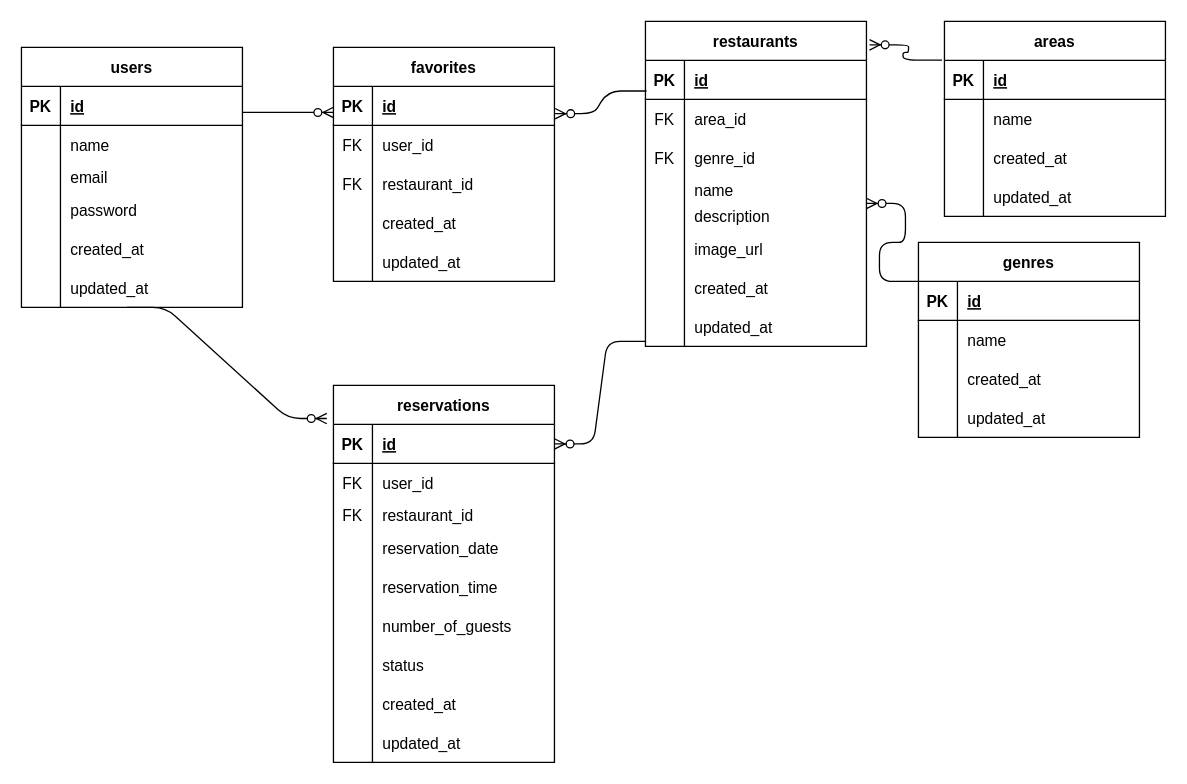
This is Rese.dio from kaoriyama/Rese, a draw.io file, before an edit. Source tidied: cells renumbered, new cells numbered last; positions are measured from the earlier drawing's top-left corner, leaving out a move shared by most shapes. Both pictures are drawn from the tidied source at 130%, with x=0, y=0 at pixel (21, 21).
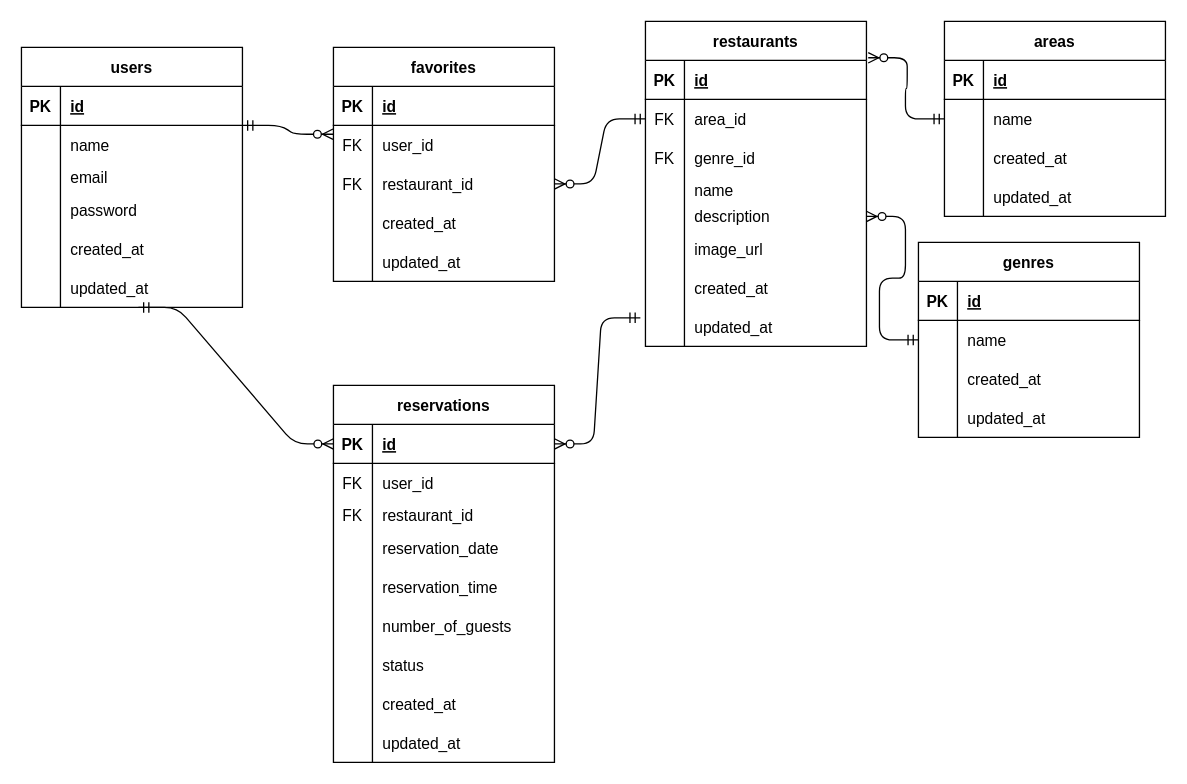
The same page after the edit.

The change refers to these unchanged cells:
```xml
<mxCell id="21" value="restaurants" style="shape=table;startSize=30;childLayout=tableLayout;rowLines=0;fontStyle=1;align=center;" parent="1" vertex="1">
  <mxGeometry x="480" width="170" height="250" as="geometry" />
</mxCell>
<mxCell id="22" style="shape=tableRow;horizontal=0;startSize=0;swimlaneHead=0;swimlaneBody=0;fillColor=none;points=[[0,0.5],[1,0.5]];portConstraint=eastwest;top=0;left=0;right=0;bottom=1;" parent="21" vertex="1">
  <mxGeometry y="30" width="170" height="30" as="geometry" />
</mxCell>
<mxCell id="25" style="shape=tableRow;horizontal=0;startSize=0;swimlaneHead=0;swimlaneBody=0;fillColor=none;points=[[0,0.5],[1,0.5]];portConstraint=eastwest;top=0;left=0;right=0;bottom=0;" parent="21" vertex="1">
  <mxGeometry y="60" width="170" height="30" as="geometry" />
</mxCell>
<mxCell id="34" style="shape=tableRow;horizontal=0;startSize=0;swimlaneHead=0;swimlaneBody=0;fillColor=none;points=[[0,0.5],[1,0.5]];portConstraint=eastwest;top=0;left=0;right=0;bottom=0;" parent="21" vertex="1">
  <mxGeometry y="140" width="170" height="20" as="geometry" />
</mxCell>
<mxCell id="43" style="shape=tableRow;horizontal=0;startSize=0;swimlaneHead=0;swimlaneBody=0;fillColor=none;points=[[0,0.5],[1,0.5]];portConstraint=eastwest;top=0;left=0;right=0;bottom=0;" parent="21" vertex="1">
  <mxGeometry y="220" width="170" height="30" as="geometry" />
</mxCell>
<mxCell id="47" style="shape=tableRow;horizontal=0;startSize=0;swimlaneHead=0;swimlaneBody=0;fillColor=none;points=[[0,0.5],[1,0.5]];portConstraint=eastwest;top=0;left=0;right=0;bottom=1;" parent="46" vertex="1">
  <mxGeometry y="30" width="170" height="30" as="geometry" />
</mxCell>
<mxCell id="50" style="shape=tableRow;horizontal=0;startSize=0;swimlaneHead=0;swimlaneBody=0;fillColor=none;points=[[0,0.5],[1,0.5]];portConstraint=eastwest;top=0;left=0;right=0;bottom=0;" parent="46" vertex="1">
  <mxGeometry y="60" width="170" height="30" as="geometry" />
</mxCell>
<mxCell id="53" style="shape=tableRow;horizontal=0;startSize=0;swimlaneHead=0;swimlaneBody=0;fillColor=none;points=[[0,0.5],[1,0.5]];portConstraint=eastwest;top=0;left=0;right=0;bottom=0;" parent="46" vertex="1">
  <mxGeometry y="90" width="170" height="30" as="geometry" />
</mxCell>
<mxCell id="65" style="shape=tableRow;horizontal=0;startSize=0;swimlaneHead=0;swimlaneBody=0;fillColor=none;points=[[0,0.5],[1,0.5]];portConstraint=eastwest;top=0;left=0;right=0;bottom=1;" parent="64" vertex="1">
  <mxGeometry y="30" width="170" height="30" as="geometry" />
</mxCell>
<mxCell id="95" style="shape=tableRow;horizontal=0;startSize=0;swimlaneHead=0;swimlaneBody=0;fillColor=none;points=[[0,0.5],[1,0.5]];portConstraint=eastwest;top=0;left=0;right=0;bottom=1;" parent="94" vertex="1">
  <mxGeometry y="30" width="170" height="30" as="geometry" />
</mxCell>
<mxCell id="98" style="shape=tableRow;horizontal=0;startSize=0;swimlaneHead=0;swimlaneBody=0;fillColor=none;points=[[0,0.5],[1,0.5]];portConstraint=eastwest;top=0;left=0;right=0;bottom=0;" parent="94" vertex="1">
  <mxGeometry y="60" width="170" height="30" as="geometry" />
</mxCell>
<mxCell id="108" style="shape=tableRow;horizontal=0;startSize=0;swimlaneHead=0;swimlaneBody=0;fillColor=none;points=[[0,0.5],[1,0.5]];portConstraint=eastwest;top=0;left=0;right=0;bottom=1;" parent="107" vertex="1">
  <mxGeometry y="30" width="170" height="30" as="geometry" />
</mxCell>
<mxCell id="111" style="shape=tableRow;horizontal=0;startSize=0;swimlaneHead=0;swimlaneBody=0;fillColor=none;points=[[0,0.5],[1,0.5]];portConstraint=eastwest;top=0;left=0;right=0;bottom=0;" parent="107" vertex="1">
  <mxGeometry y="60" width="170" height="30" as="geometry" />
</mxCell>
```

Change to the diagram source:
```diff
@@
-    <mxCell id="62" style="edgeStyle=entityRelationEdgeStyle;fontSize=12;html=1;endArrow=ERzeroToMany;endFill=1;" parent="1" edge="1">
-      <mxGeometry relative="1" as="geometry">
-        <mxPoint x="170" y="70" as="sourcePoint" />
-        <mxPoint x="240" y="70" as="targetPoint" />
-      </mxGeometry>
-    </mxCell>
-    <mxCell id="63" style="edgeStyle=entityRelationEdgeStyle;fontSize=12;html=1;endArrow=ERzeroToMany;endFill=1;entryX=1;entryY=0.5;entryDx=0;entryDy=0;exitX=0.003;exitY=0.87;exitDx=0;exitDy=0;exitPerimeter=0;" parent="1" edge="1" source="43" target="65">
-      <mxGeometry relative="1" as="geometry" />
-    </mxCell>
@@
-    <mxCell id="92" style="edgeStyle=entityRelationEdgeStyle;fontSize=12;html=1;endArrow=ERzeroToMany;endFill=1;entryX=1.003;entryY=0.698;entryDx=0;entryDy=0;entryPerimeter=0;exitX=0.005;exitY=0.783;exitDx=0;exitDy=0;exitPerimeter=0;" parent="1" edge="1" source="22" target="47">
-      <mxGeometry relative="1" as="geometry" />
-    </mxCell>
-    <mxCell id="93" style="edgeStyle=entityRelationEdgeStyle;fontSize=12;html=1;endArrow=ERzeroToMany;endFill=1;entryX=-0.03;entryY=-0.152;entryDx=0;entryDy=0;entryPerimeter=0;" parent="1" edge="1" target="65">
-      <mxGeometry relative="1" as="geometry">
-        <mxPoint x="81" y="220" as="sourcePoint" />
-      </mxGeometry>
-    </mxCell>
@@
-    <mxCell id="120" style="edgeStyle=entityRelationEdgeStyle;fontSize=12;html=1;endArrow=ERzeroToMany;endFill=1;exitX=-0.011;exitY=-0.01;exitDx=0;exitDy=0;exitPerimeter=0;entryX=1.014;entryY=0.072;entryDx=0;entryDy=0;entryPerimeter=0;" parent="1" edge="1" source="95" target="21">
-      <mxGeometry relative="1" as="geometry" />
-    </mxCell>
-    <mxCell id="121" style="edgeStyle=entityRelationEdgeStyle;fontSize=12;html=1;endArrow=ERzeroToMany;endFill=1;exitX=0;exitY=0;exitDx=0;exitDy=0;exitPerimeter=0;entryX=1;entryY=0;entryDx=0;entryDy=0;entryPerimeter=0;" parent="1" edge="1" source="108" target="34">
-      <mxGeometry relative="1" as="geometry" />
-    </mxCell>
+    <mxCell id="122" style="edgeStyle=entityRelationEdgeStyle;fontSize=12;html=1;endArrow=ERzeroToMany;startArrow=ERmandOne;entryX=0;entryY=0.5;entryDx=0;entryDy=0;" parent="1" edge="1" target="65">
+      <mxGeometry relative="1" as="geometry">
+        <mxPoint x="90" y="220" as="sourcePoint" />
+      </mxGeometry>
+    </mxCell>
+    <mxCell id="123" style="edgeStyle=entityRelationEdgeStyle;fontSize=12;html=1;endArrow=ERzeroToMany;startArrow=ERmandOne;entryX=-0.002;entryY=0.225;entryDx=0;entryDy=0;entryPerimeter=0;" parent="1" edge="1" target="50">
+      <mxGeometry relative="1" as="geometry">
+        <mxPoint x="170" y="80" as="sourcePoint" />
+      </mxGeometry>
+    </mxCell>
+    <mxCell id="63" style="edgeStyle=entityRelationEdgeStyle;fontSize=12;html=1;endArrow=ERzeroToMany;startArrow=ERmandOne;entryX=1;entryY=0.5;entryDx=0;entryDy=0;exitX=-0.023;exitY=0.265;exitDx=0;exitDy=0;exitPerimeter=0;" parent="1" edge="1" source="43" target="65">
+      <mxGeometry relative="1" as="geometry" />
+    </mxCell>
+    <mxCell id="124" style="edgeStyle=entityRelationEdgeStyle;fontSize=12;html=1;endArrow=ERzeroToMany;startArrow=ERmandOne;entryX=1;entryY=0.5;entryDx=0;entryDy=0;exitX=0;exitY=0.5;exitDx=0;exitDy=0;" parent="1" edge="1" source="25" target="53">
+      <mxGeometry relative="1" as="geometry" />
+    </mxCell>
+    <mxCell id="125" style="edgeStyle=entityRelationEdgeStyle;fontSize=12;html=1;endArrow=ERzeroToMany;startArrow=ERmandOne;entryX=1.008;entryY=-0.069;entryDx=0;entryDy=0;exitX=0;exitY=0.5;exitDx=0;exitDy=0;entryPerimeter=0;" parent="1" edge="1" source="98" target="22">
+      <mxGeometry relative="1" as="geometry" />
+    </mxCell>
+    <mxCell id="126" style="edgeStyle=entityRelationEdgeStyle;fontSize=12;html=1;endArrow=ERzeroToMany;startArrow=ERmandOne;entryX=1;entryY=0.5;entryDx=0;entryDy=0;exitX=0;exitY=0.5;exitDx=0;exitDy=0;" parent="1" edge="1" source="111" target="34">
+      <mxGeometry relative="1" as="geometry" />
+    </mxCell>
```
